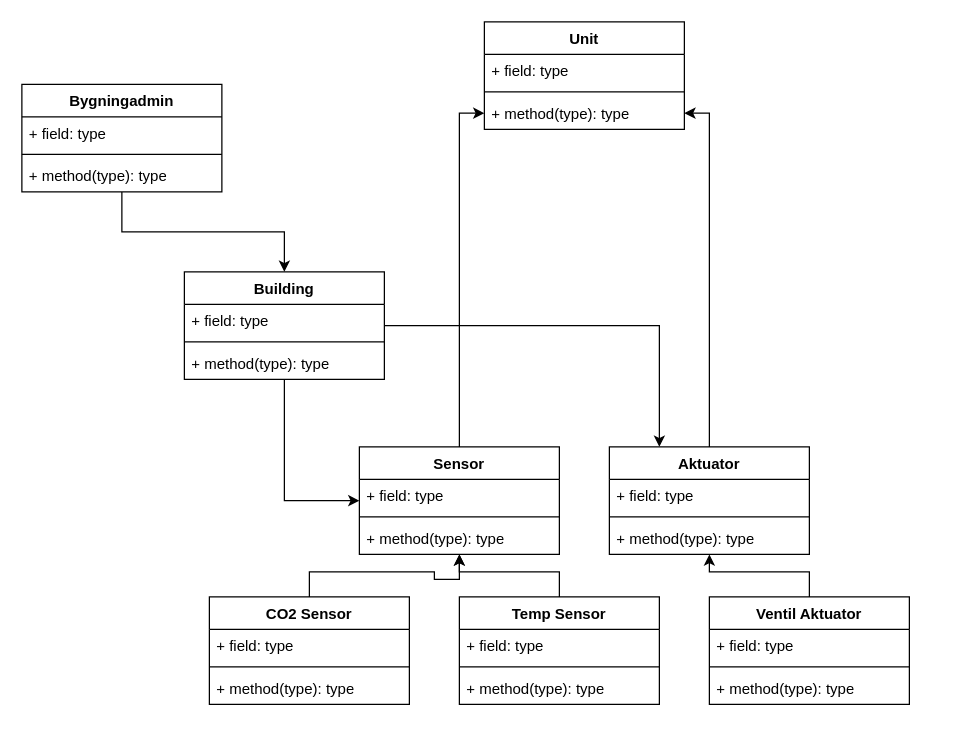
This is page "UML" (2 of 2) of Unavngivet diagram.drawio from Det-Moderne-Krybdyr/Workshop, a draw.io file, before an edit. Source tidied: cells renumbered, new cells numbered last; positions are measured from the earlier drawing's top-left corner, leaving out a move shared by most shapes. Both pictures are drawn from the tidied source at 125%, with x=0, y=0 at pixel (21, 21).
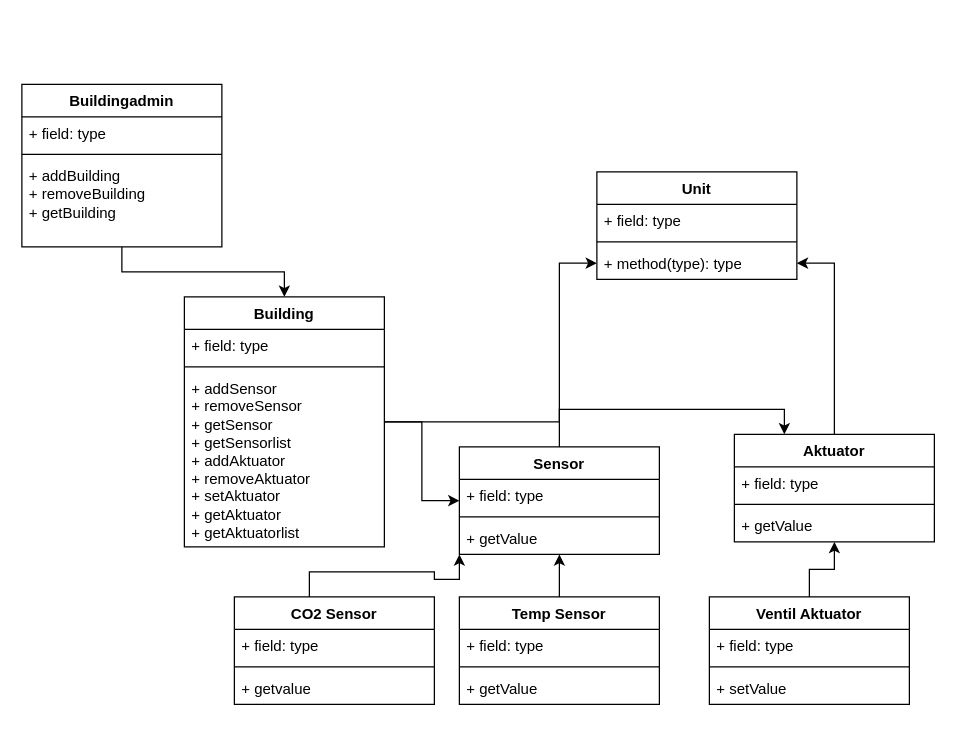
After the change.

The change refers to these unchanged cells:
```xml
<mxCell id="24" value="Temp Sensor" style="swimlane;fontStyle=1;align=center;verticalAlign=top;horizontal=1;startSize=26;whiteSpace=wrap;html=1;" parent="1" vertex="1">
  <mxGeometry x="350" y="460" width="160" height="86" as="geometry" />
</mxCell>
<mxCell id="34" value="Ventil Aktuator" style="swimlane;fontStyle=1;align=center;verticalAlign=top;horizontal=1;startSize=26;whiteSpace=wrap;html=1;" parent="1" vertex="1">
  <mxGeometry x="550" y="460" width="160" height="86" as="geometry" />
</mxCell>
```

What changed in the source:
```diff
@@
     <mxCell id="4" value="Building" style="swimlane;fontStyle=1;align=center;verticalAlign=top;horizontal=1;startSize=26;whiteSpace=wrap;html=1;" parent="1" vertex="1">
-      <mxGeometry x="130" y="200" width="160" height="86" as="geometry" />
+      <mxGeometry x="130" y="220" width="160" height="200" as="geometry" />
     </mxCell>
@@
-    <mxCell id="7" value="+ method(type): type" style="text;strokeColor=none;fillColor=none;align=left;verticalAlign=top;spacingLeft=4;spacingRight=4;overflow=hidden;whiteSpace=wrap;html=1;" parent="4" vertex="1">
-      <mxGeometry y="60" width="160" height="26" as="geometry" />
+    <mxCell id="7" value="+ addSensor&lt;br&gt;+ removeSensor&lt;br&gt;+ getSensor&lt;br&gt;+ getSensorlist&lt;br&gt;+ addAktuator&lt;br&gt;+ removeAktuator&lt;br&gt;+ setAktuator&lt;br&gt;+ getAktuator&lt;br&gt;+ getAktuatorlist" style="text;strokeColor=none;fillColor=none;align=left;verticalAlign=top;spacingLeft=4;spacingRight=4;overflow=hidden;whiteSpace=wrap;html=1;" parent="4" vertex="1">
+      <mxGeometry y="60" width="160" height="140" as="geometry" />
     </mxCell>
@@
     <mxCell id="9" value="Sensor" style="swimlane;fontStyle=1;align=center;verticalAlign=top;horizontal=1;startSize=26;whiteSpace=wrap;html=1;" parent="1" vertex="1">
-      <mxGeometry x="270" y="340" width="160" height="86" as="geometry" />
+      <mxGeometry x="350" y="340" width="160" height="86" as="geometry" />
     </mxCell>
@@
-    <mxCell id="12" value="+ method(type): type" style="text;strokeColor=none;fillColor=none;align=left;verticalAlign=top;spacingLeft=4;spacingRight=4;overflow=hidden;whiteSpace=wrap;html=1;" parent="9" vertex="1">
+    <mxCell id="12" value="+ getValue" style="text;strokeColor=none;fillColor=none;align=left;verticalAlign=top;spacingLeft=4;spacingRight=4;overflow=hidden;whiteSpace=wrap;html=1;" parent="9" vertex="1">
       <mxGeometry y="60" width="160" height="26" as="geometry" />
     </mxCell>
@@
     <mxCell id="14" value="Aktuator" style="swimlane;fontStyle=1;align=center;verticalAlign=top;horizontal=1;startSize=26;whiteSpace=wrap;html=1;" parent="1" vertex="1">
-      <mxGeometry x="470" y="340" width="160" height="86" as="geometry" />
+      <mxGeometry x="570" y="330" width="160" height="86" as="geometry" />
     </mxCell>
@@
-    <mxCell id="17" value="+ method(type): type" style="text;strokeColor=none;fillColor=none;align=left;verticalAlign=top;spacingLeft=4;spacingRight=4;overflow=hidden;whiteSpace=wrap;html=1;" parent="14" vertex="1">
+    <mxCell id="17" value="+ getValue" style="text;strokeColor=none;fillColor=none;align=left;verticalAlign=top;spacingLeft=4;spacingRight=4;overflow=hidden;whiteSpace=wrap;html=1;" parent="14" vertex="1">
       <mxGeometry y="60" width="160" height="26" as="geometry" />
     </mxCell>
@@
-    <mxCell id="19" value="Bygningadmin" style="swimlane;fontStyle=1;align=center;verticalAlign=top;horizontal=1;startSize=26;whiteSpace=wrap;html=1;" parent="1" vertex="1">
-      <mxGeometry y="50" width="160" height="86" as="geometry" />
+    <mxCell id="19" value="Buildingadmin&lt;br&gt;" style="swimlane;fontStyle=1;align=center;verticalAlign=top;horizontal=1;startSize=26;whiteSpace=wrap;html=1;" parent="1" vertex="1">
+      <mxGeometry y="50" width="160" height="130" as="geometry" />
     </mxCell>
@@
-    <mxCell id="22" value="+ method(type): type" style="text;strokeColor=none;fillColor=none;align=left;verticalAlign=top;spacingLeft=4;spacingRight=4;overflow=hidden;whiteSpace=wrap;html=1;" parent="19" vertex="1">
-      <mxGeometry y="60" width="160" height="26" as="geometry" />
+    <mxCell id="22" value="+ addBuilding&lt;br&gt;+ removeBuilding&lt;br&gt;+ getBuilding" style="text;strokeColor=none;fillColor=none;align=left;verticalAlign=top;spacingLeft=4;spacingRight=4;overflow=hidden;whiteSpace=wrap;html=1;" parent="19" vertex="1">
+      <mxGeometry y="60" width="160" height="70" as="geometry" />
     </mxCell>
@@
-    <mxCell id="27" value="+ method(type): type" style="text;strokeColor=none;fillColor=none;align=left;verticalAlign=top;spacingLeft=4;spacingRight=4;overflow=hidden;whiteSpace=wrap;html=1;" parent="24" vertex="1">
+    <mxCell id="27" value="+ getValue" style="text;strokeColor=none;fillColor=none;align=left;verticalAlign=top;spacingLeft=4;spacingRight=4;overflow=hidden;whiteSpace=wrap;html=1;" parent="24" vertex="1">
       <mxGeometry y="60" width="160" height="26" as="geometry" />
     </mxCell>
@@
     <mxCell id="29" value="CO2 Sensor" style="swimlane;fontStyle=1;align=center;verticalAlign=top;horizontal=1;startSize=26;whiteSpace=wrap;html=1;" parent="1" vertex="1">
-      <mxGeometry x="150" y="460" width="160" height="86" as="geometry" />
+      <mxGeometry x="170" y="460" width="160" height="86" as="geometry" />
     </mxCell>
@@
-    <mxCell id="32" value="+ method(type): type" style="text;strokeColor=none;fillColor=none;align=left;verticalAlign=top;spacingLeft=4;spacingRight=4;overflow=hidden;whiteSpace=wrap;html=1;" parent="29" vertex="1">
+    <mxCell id="32" value="+ getvalue" style="text;strokeColor=none;fillColor=none;align=left;verticalAlign=top;spacingLeft=4;spacingRight=4;overflow=hidden;whiteSpace=wrap;html=1;" parent="29" vertex="1">
       <mxGeometry y="60" width="160" height="26" as="geometry" />
     </mxCell>
@@
-    <mxCell id="37" value="+ method(type): type" style="text;strokeColor=none;fillColor=none;align=left;verticalAlign=top;spacingLeft=4;spacingRight=4;overflow=hidden;whiteSpace=wrap;html=1;" parent="34" vertex="1">
+    <mxCell id="37" value="+ setValue" style="text;strokeColor=none;fillColor=none;align=left;verticalAlign=top;spacingLeft=4;spacingRight=4;overflow=hidden;whiteSpace=wrap;html=1;" parent="34" vertex="1">
       <mxGeometry y="60" width="160" height="26" as="geometry" />
     </mxCell>
     <mxCell id="38" value="Unit" style="swimlane;fontStyle=1;align=center;verticalAlign=top;horizontal=1;startSize=26;whiteSpace=wrap;html=1;" parent="1" vertex="1">
-      <mxGeometry x="370" width="160" height="86" as="geometry" />
+      <mxGeometry x="460" y="120" width="160" height="86" as="geometry" />
     </mxCell>
```
